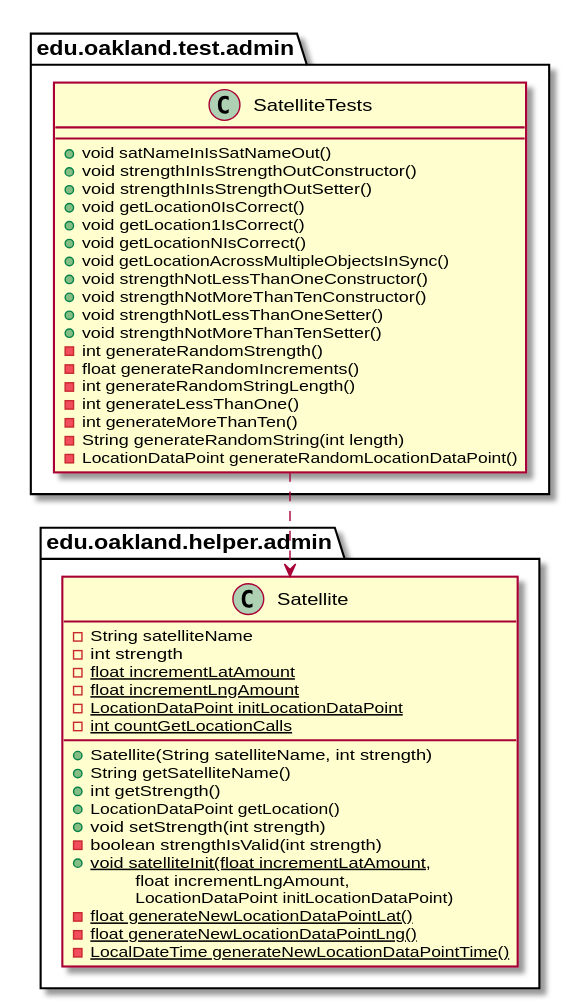
This is docs/uml-class-diagrams/admin/test/SatelliteTests/SatelliteTests_DirectDependencies.svg from andrewdimmer/csi-3370-software-project, a PlantUML export, as it was before one commit.
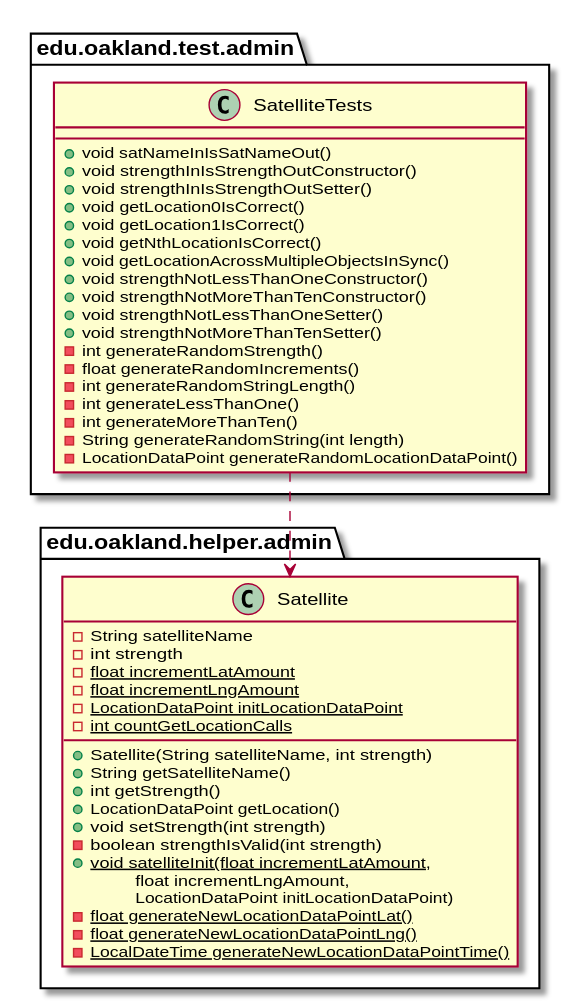
The same file after the commit.

The edit, as a diff of the source:
```diff
@@ -8,7 +8,7 @@
        + void strengthInIsStrengthOutSetter()
        + void getLocation0IsCorrect()
        + void getLocation1IsCorrect()
-       + void getLocationNIsCorrect()
+       + void getNthLocationIsCorrect()
        + void getLocationAcrossMultipleObjectsInSync()
        + void strengthNotLessThanOneConstructor()
        + void strengthNotMoreThanTenConstructor()
```
